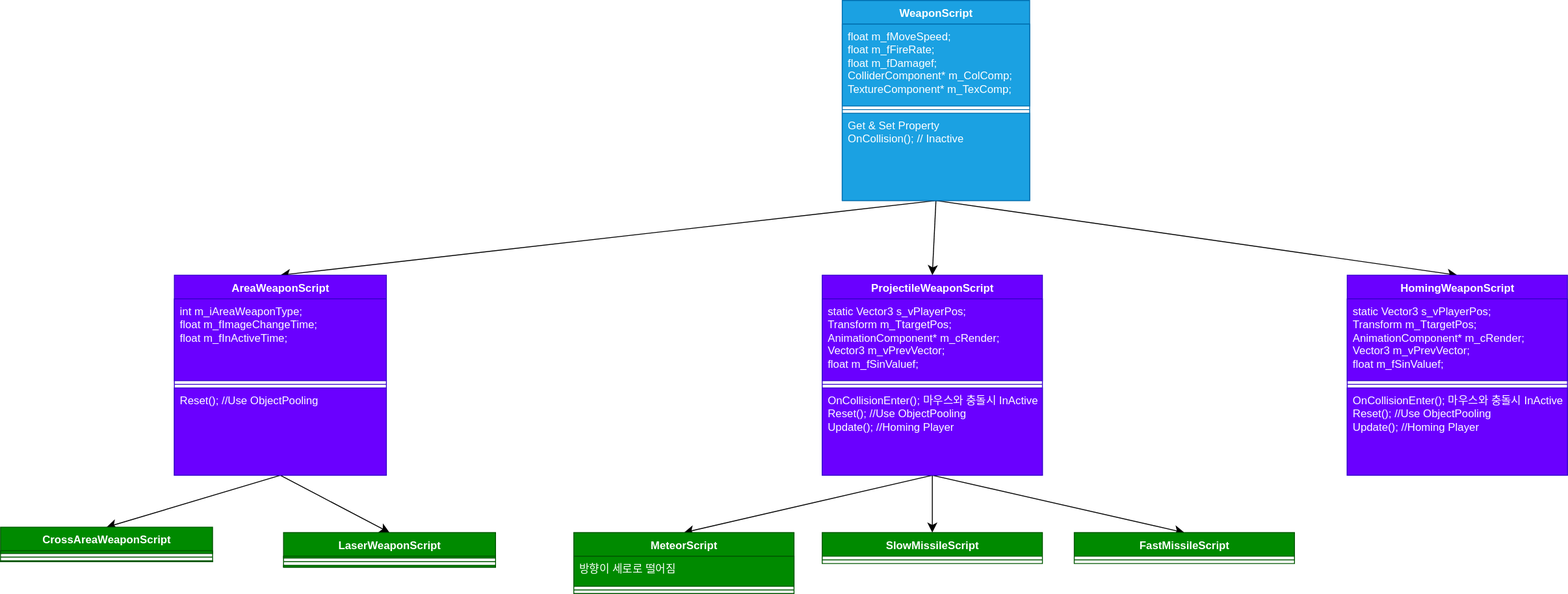
Before: WeaponSyetem.drawio.svg, a diagram exported from draw.io (ihaha424/GA6th1Q_Project_Ditto_SSR). Source tidied: cells renumbered, new cells last; positions are measured from the earlier drawing's top-left corner, leaving out a move shared by most shapes.
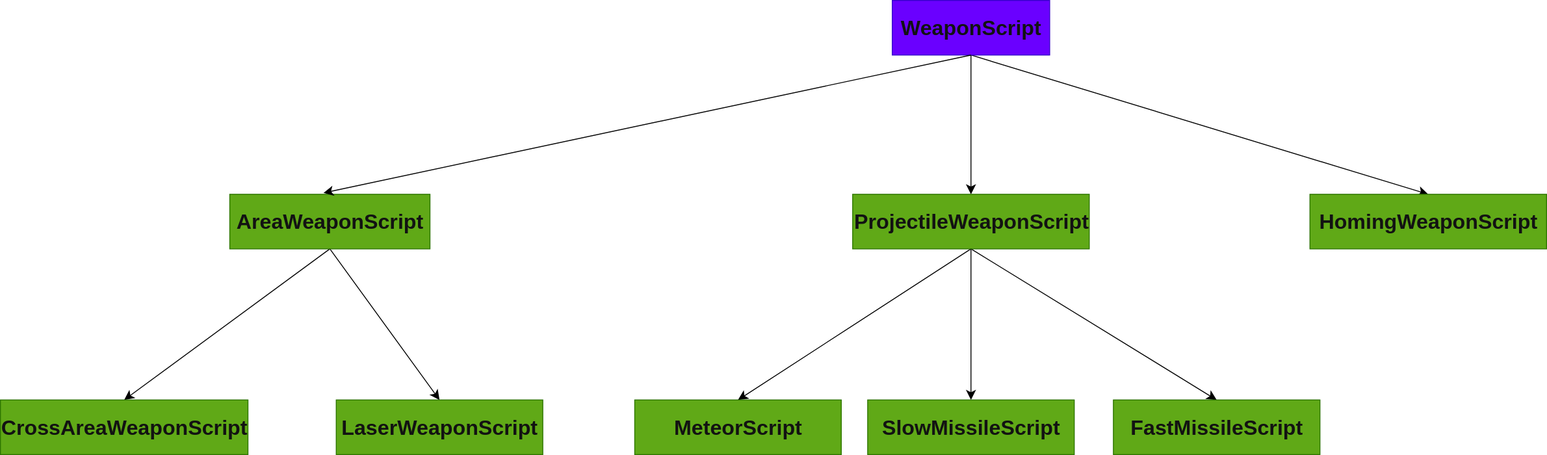
After the commit.

What changed in the source:
```diff
@@ -2,122 +2,56 @@
   <root>
     <mxCell id="0" />
     <mxCell id="1" parent="0" />
-    <mxCell id="2" style="edgeStyle=none;curved=1;rounded=0;jettySize=auto;html=1;exitX=0.5;exitY=1;exitDx=0;exitDy=0;entryX=0.5;entryY=0;entryDx=0;entryDy=0;fontSize=12;startSize=8;endSize=8;" parent="1" edge="1" source="5" target="11">
-      <mxGeometry relative="1" as="geometry" />
-    </mxCell>
     <mxCell id="3" style="edgeStyle=none;curved=1;rounded=0;jettySize=auto;html=1;exitX=0.5;exitY=1;exitDx=0;exitDy=0;entryX=0.5;entryY=0;entryDx=0;entryDy=0;fontSize=12;startSize=8;endSize=8;" parent="1" edge="1" source="5" target="22">
       <mxGeometry relative="1" as="geometry" />
     </mxCell>
     <mxCell id="4" style="edgeStyle=none;curved=1;rounded=0;jettySize=auto;html=1;exitX=0.5;exitY=1;exitDx=0;exitDy=0;entryX=0.5;entryY=0;entryDx=0;entryDy=0;fontSize=12;startSize=8;endSize=8;" parent="1" edge="1" source="5" target="15">
       <mxGeometry relative="1" as="geometry" />
     </mxCell>
-    <mxCell id="5" value="WeaponScript" style="swimlane;fontStyle=1;align=center;verticalAlign=top;horizontal=1;startSize=26;whiteSpace=wrap;html=1;fillColor=#1ba1e2;strokeColor=#006EAF;fontColor=#ffffff;" parent="1" vertex="1">
-      <mxGeometry x="925" width="206" height="220" as="geometry" />
+    <mxCell id="5" value="&lt;span style=&quot;color: rgb(18, 18, 18); font-weight: 700;&quot;&gt;WeaponScript&lt;/span&gt;" style="rounded=0;whiteSpace=wrap;html=1;fillColor=light-dark(#6A00FF,#27203D);fontColor=#ffffff;strokeColor=#3700CC;fontSize=23;" parent="1" vertex="1">
+      <mxGeometry x="865" y="383" width="173" height="60" as="geometry" />
     </mxCell>
-    <mxCell id="6" value="&lt;div&gt;&lt;span style=&quot;white-space: normal;&quot;&gt;float m_fMoveSpeed;&lt;/span&gt;&lt;/div&gt;&lt;div&gt;&lt;span style=&quot;white-space: normal;&quot;&gt;float m_fFireRate;&lt;/span&gt;&lt;/div&gt;&lt;div&gt;&lt;span style=&quot;white-space: normal;&quot;&gt;float m_fDamagef;&lt;/span&gt;&lt;/div&gt;&lt;div&gt;&lt;span style=&quot;white-space: normal;&quot;&gt;ColliderComponent* m_ColComp;&lt;/span&gt;&lt;/div&gt;&lt;div&gt;&lt;span style=&quot;white-space: normal;&quot;&gt;TextureComponent* m_TexComp;&lt;/span&gt;&lt;/div&gt;" style="text;strokeColor=#006EAF;fillColor=#1ba1e2;align=left;verticalAlign=top;spacingLeft=4;spacingRight=4;overflow=hidden;whiteSpace=wrap;html=1;fontColor=#ffffff;" parent="5" vertex="1">
-      <mxGeometry y="26" width="206" height="90" as="geometry" />
-    </mxCell>
-    <mxCell id="7" style="line;strokeWidth=1;fillColor=#1ba1e2;align=left;verticalAlign=middle;spacingTop=-1;spacingLeft=3;spacingRight=3;labelPosition=right;strokeColor=#006EAF;fontColor=#ffffff;" parent="5" vertex="1">
-      <mxGeometry y="116" width="206" height="8" as="geometry" />
-    </mxCell>
-    <mxCell id="8" value="Get &amp;amp; Set Property&lt;div&gt;OnCollision(); // Inactive&lt;/div&gt;" style="text;strokeColor=#006EAF;fillColor=#1ba1e2;align=left;verticalAlign=top;spacingLeft=4;spacingRight=4;overflow=hidden;whiteSpace=wrap;html=1;fontColor=#ffffff;" parent="5" vertex="1">
-      <mxGeometry y="124" width="206" height="96" as="geometry" />
-    </mxCell>
     <mxCell id="9" style="edgeStyle=none;curved=1;rounded=0;jettySize=auto;html=1;exitX=0.5;exitY=1;exitDx=0;exitDy=0;entryX=0.5;entryY=0;entryDx=0;entryDy=0;fontSize=12;startSize=8;endSize=8;" parent="1" edge="1" source="11" target="33">
       <mxGeometry relative="1" as="geometry" />
     </mxCell>
     <mxCell id="10" style="edgeStyle=none;curved=1;rounded=0;jettySize=auto;html=1;exitX=0.5;exitY=1;exitDx=0;exitDy=0;entryX=0.5;entryY=0;entryDx=0;entryDy=0;fontSize=12;startSize=8;endSize=8;" parent="1" edge="1" source="11" target="37">
       <mxGeometry relative="1" as="geometry" />
     </mxCell>
-    <mxCell id="11" value="AreaWeaponScript" style="swimlane;fontStyle=1;align=center;verticalAlign=top;horizontal=1;startSize=26;whiteSpace=wrap;html=1;fillColor=#6a00ff;strokeColor=#3700CC;fontColor=#ffffff;" parent="1" vertex="1">
-      <mxGeometry x="191" y="302" width="233" height="220" as="geometry" />
+    <mxCell id="11" value="&lt;span style=&quot;color: rgb(18, 18, 18); font-weight: 700;&quot;&gt;AreaWeaponScript&lt;/span&gt;" style="rounded=0;whiteSpace=wrap;html=1;fillColor=light-dark(#60a917, #4e4280);fontColor=#ffffff;strokeColor=#2D7600;fontSize=23;" parent="1" vertex="1">
+      <mxGeometry x="137" y="596" width="220" height="60" as="geometry" />
     </mxCell>
-    <mxCell id="12" value="&lt;div&gt;int m_iAreaWeaponType;&amp;nbsp;&amp;nbsp;&lt;/div&gt;&lt;div&gt;float m_fImageChangeTime;&lt;/div&gt;&lt;div&gt;float m_fInActiveTime;&lt;/div&gt;" style="text;strokeColor=#3700CC;fillColor=#6a00ff;align=left;verticalAlign=top;spacingLeft=4;spacingRight=4;overflow=hidden;whiteSpace=wrap;html=1;fontColor=#ffffff;" parent="11" vertex="1">
-      <mxGeometry y="26" width="233" height="90" as="geometry" />
-    </mxCell>
-    <mxCell id="13" style="line;strokeWidth=1;fillColor=#6a00ff;align=left;verticalAlign=middle;spacingTop=-1;spacingLeft=3;spacingRight=3;labelPosition=right;strokeColor=#3700CC;fontColor=#ffffff;" parent="11" vertex="1">
-      <mxGeometry y="116" width="233" height="8" as="geometry" />
-    </mxCell>
-    <mxCell id="14" value="Reset(); //Use ObjectPooling" style="text;strokeColor=#3700CC;fillColor=#6a00ff;align=left;verticalAlign=top;spacingLeft=4;spacingRight=4;overflow=hidden;whiteSpace=wrap;html=1;fontColor=#ffffff;" parent="11" vertex="1">
-      <mxGeometry y="124" width="233" height="96" as="geometry" />
-    </mxCell>
-    <mxCell id="15" value="HomingWeaponScript" style="swimlane;fontStyle=1;align=center;verticalAlign=top;horizontal=1;startSize=26;whiteSpace=wrap;html=1;fillColor=#6a00ff;strokeColor=#3700CC;fontColor=#ffffff;" parent="1" vertex="1">
-      <mxGeometry x="1480" y="302" width="242" height="220" as="geometry" />
-    </mxCell>
-    <mxCell id="16" value="&lt;div&gt;&lt;span style=&quot;white-space: normal;&quot;&gt;static Vector3 s_vPlayerPos;&lt;/span&gt;&lt;/div&gt;&lt;div&gt;&lt;span style=&quot;white-space: normal;&quot;&gt;Transform m_TtargetPos;&lt;/span&gt;&lt;/div&gt;&lt;div&gt;&lt;span style=&quot;white-space: normal;&quot;&gt;AnimationComponent* m_cRender;&lt;/span&gt;&lt;/div&gt;&lt;div&gt;&lt;span style=&quot;white-space: normal;&quot;&gt;Vector3 m_vPrevVector;&lt;/span&gt;&lt;/div&gt;&lt;div&gt;&lt;span style=&quot;white-space: normal;&quot;&gt;float m_fSinValuef;&lt;/span&gt;&lt;/div&gt;" style="text;strokeColor=#3700CC;fillColor=#6a00ff;align=left;verticalAlign=top;spacingLeft=4;spacingRight=4;overflow=hidden;whiteSpace=wrap;html=1;fontColor=#ffffff;" parent="15" vertex="1">
-      <mxGeometry y="26" width="242" height="90" as="geometry" />
-    </mxCell>
-    <mxCell id="17" style="line;strokeWidth=1;fillColor=#6a00ff;align=left;verticalAlign=middle;spacingTop=-1;spacingLeft=3;spacingRight=3;labelPosition=right;strokeColor=#3700CC;fontColor=#ffffff;" parent="15" vertex="1">
-      <mxGeometry y="116" width="242" height="8" as="geometry" />
-    </mxCell>
-    <mxCell id="18" value="OnCollisionEnter(); 마우스와 충돌시 InActive&lt;div&gt;Reset(); //Use ObjectPooling&lt;/div&gt;&lt;div&gt;Update(); //Homing Player&lt;/div&gt;" style="text;strokeColor=#3700CC;fillColor=#6a00ff;align=left;verticalAlign=top;spacingLeft=4;spacingRight=4;overflow=hidden;whiteSpace=wrap;html=1;fontColor=#ffffff;" parent="15" vertex="1">
-      <mxGeometry y="124" width="242" height="96" as="geometry" />
-    </mxCell>
+    <mxCell id="20" style="edgeStyle=none;curved=1;rounded=0;jettySize=auto;html=1;exitX=0.5;exitY=1;exitDx=0;exitDy=0;entryX=0.5;entryY=0;entryDx=0;entryDy=0;fontSize=12;startSize=8;endSize=8;" parent="1" edge="1" source="22" target="30">
+      <mxGeometry relative="1" as="geometry" />
+    </mxCell>
     <mxCell id="19" style="edgeStyle=none;curved=1;rounded=0;jettySize=auto;html=1;exitX=0.5;exitY=1;exitDx=0;exitDy=0;entryX=0.5;entryY=0;entryDx=0;entryDy=0;fontSize=12;startSize=8;endSize=8;" parent="1" edge="1" source="22" target="26">
       <mxGeometry relative="1" as="geometry" />
     </mxCell>
-    <mxCell id="20" style="edgeStyle=none;curved=1;rounded=0;jettySize=auto;html=1;exitX=0.5;exitY=1;exitDx=0;exitDy=0;entryX=0.5;entryY=0;entryDx=0;entryDy=0;fontSize=12;startSize=8;endSize=8;" parent="1" edge="1" source="22" target="30">
-      <mxGeometry relative="1" as="geometry" />
-    </mxCell>
     <mxCell id="21" style="edgeStyle=none;curved=1;rounded=0;jettySize=auto;html=1;exitX=0.5;exitY=1;exitDx=0;exitDy=0;entryX=0.5;entryY=0;entryDx=0;entryDy=0;fontSize=12;startSize=8;endSize=8;" parent="1" edge="1" source="22" target="28">
       <mxGeometry relative="1" as="geometry" />
     </mxCell>
-    <mxCell id="22" value="ProjectileWeaponScript" style="swimlane;fontStyle=1;align=center;verticalAlign=top;horizontal=1;startSize=26;whiteSpace=wrap;html=1;fillColor=#6a00ff;strokeColor=#3700CC;fontColor=#ffffff;" parent="1" vertex="1">
-      <mxGeometry x="903" y="302" width="242" height="220" as="geometry" />
+    <mxCell id="22" value="&lt;span style=&quot;color: rgb(18, 18, 18); font-weight: 700;&quot;&gt;ProjectileWeaponScript&lt;/span&gt;" style="rounded=0;whiteSpace=wrap;html=1;fillColor=light-dark(#60a917, #4e4280);fontColor=#ffffff;strokeColor=#2D7600;fontSize=23;" parent="1" vertex="1">
+      <mxGeometry x="821.5" y="596" width="260" height="60" as="geometry" />
     </mxCell>
-    <mxCell id="23" value="&lt;div&gt;&lt;span style=&quot;white-space: normal;&quot;&gt;static Vector3 s_vPlayerPos;&lt;/span&gt;&lt;/div&gt;&lt;div&gt;&lt;span style=&quot;white-space: normal;&quot;&gt;Transform m_TtargetPos;&lt;/span&gt;&lt;/div&gt;&lt;div&gt;&lt;span style=&quot;white-space: normal;&quot;&gt;AnimationComponent* m_cRender;&lt;/span&gt;&lt;/div&gt;&lt;div&gt;&lt;span style=&quot;white-space: normal;&quot;&gt;Vector3 m_vPrevVector;&lt;/span&gt;&lt;/div&gt;&lt;div&gt;&lt;span style=&quot;white-space: normal;&quot;&gt;float m_fSinValuef;&lt;/span&gt;&lt;/div&gt;" style="text;strokeColor=#3700CC;fillColor=#6a00ff;align=left;verticalAlign=top;spacingLeft=4;spacingRight=4;overflow=hidden;whiteSpace=wrap;html=1;fontColor=#ffffff;" parent="22" vertex="1">
-      <mxGeometry y="26" width="242" height="90" as="geometry" />
-    </mxCell>
-    <mxCell id="24" style="line;strokeWidth=1;fillColor=#6a00ff;align=left;verticalAlign=middle;spacingTop=-1;spacingLeft=3;spacingRight=3;labelPosition=right;strokeColor=#3700CC;fontColor=#ffffff;" parent="22" vertex="1">
-      <mxGeometry y="116" width="242" height="8" as="geometry" />
-    </mxCell>
-    <mxCell id="25" value="OnCollisionEnter(); 마우스와 충돌시 InActive&lt;div&gt;Reset(); //Use ObjectPooling&lt;/div&gt;&lt;div&gt;Update(); //Homing Player&lt;/div&gt;" style="text;strokeColor=#3700CC;fillColor=#6a00ff;align=left;verticalAlign=top;spacingLeft=4;spacingRight=4;overflow=hidden;whiteSpace=wrap;html=1;fontColor=#ffffff;" parent="22" vertex="1">
-      <mxGeometry y="124" width="242" height="96" as="geometry" />
-    </mxCell>
+    <mxCell id="15" value="&lt;span style=&quot;color: rgb(18, 18, 18); font-weight: 700;&quot;&gt;HomingWeaponScript&lt;/span&gt;" style="rounded=0;whiteSpace=wrap;html=1;fillColor=light-dark(#60a917, #4e4280);fontColor=#ffffff;strokeColor=#2D7600;fontSize=23;" parent="1" vertex="1">
+      <mxGeometry x="1324" y="596" width="260" height="60" as="geometry" />
+    </mxCell>
+    <mxCell id="33" value="&lt;span style=&quot;color: rgb(18, 18, 18); font-weight: 700;&quot;&gt;CrossAreaWeaponScript&lt;/span&gt;" style="rounded=0;whiteSpace=wrap;html=1;fillColor=light-dark(#60a917, #9382d3);fontColor=#ffffff;strokeColor=#2D7600;fontSize=23;" parent="1" vertex="1">
+      <mxGeometry x="-115" y="822" width="272" height="60" as="geometry" />
+    </mxCell>
+    <mxCell id="37" value="&lt;span style=&quot;color: rgb(18, 18, 18); font-weight: 700;&quot;&gt;LaserWeaponScript&lt;/span&gt;" style="rounded=0;whiteSpace=wrap;html=1;fillColor=light-dark(#60a917, #9382d3);fontColor=#ffffff;strokeColor=#2D7600;fontSize=23;" parent="1" vertex="1">
+      <mxGeometry x="254" y="822" width="227" height="60" as="geometry" />
+    </mxCell>
+    <mxCell id="30" value="&lt;span style=&quot;color: rgb(18, 18, 18); font-weight: 700;&quot;&gt;MeteorScript&lt;/span&gt;" style="rounded=0;whiteSpace=wrap;html=1;fillColor=light-dark(#60a917, #9382d3);fontColor=#ffffff;strokeColor=#2D7600;fontSize=23;" parent="1" vertex="1">
+      <mxGeometry x="582" y="822" width="227" height="60" as="geometry" />
+    </mxCell>
-    <mxCell id="26" value="SlowMissileScript" style="swimlane;fontStyle=1;align=center;verticalAlign=top;horizontal=1;startSize=26;whiteSpace=wrap;html=1;fillColor=#008a00;strokeColor=#005700;fontColor=#ffffff;" parent="1" vertex="1">
-      <mxGeometry x="903" y="585" width="242" height="34" as="geometry" />
+    <mxCell id="26" value="&lt;span style=&quot;color: rgb(18, 18, 18); font-weight: 700;&quot;&gt;SlowMissileScript&lt;/span&gt;" style="rounded=0;whiteSpace=wrap;html=1;fillColor=light-dark(#60a917, #9382d3);fontColor=#ffffff;strokeColor=#2D7600;fontSize=23;" parent="1" vertex="1">
+      <mxGeometry x="838" y="822" width="227" height="60" as="geometry" />
     </mxCell>
-    <mxCell id="27" style="line;strokeWidth=1;fillColor=#008a00;align=left;verticalAlign=middle;spacingTop=-1;spacingLeft=3;spacingRight=3;labelPosition=right;strokeColor=#005700;fontColor=#ffffff;" parent="26" vertex="1">
-      <mxGeometry y="26" width="242" height="8" as="geometry" />
-    </mxCell>
-    <mxCell id="28" value="FastMissileScript" style="swimlane;fontStyle=1;align=center;verticalAlign=top;horizontal=1;startSize=26;whiteSpace=wrap;html=1;fillColor=#008a00;strokeColor=#005700;fontColor=#ffffff;" parent="1" vertex="1">
-      <mxGeometry x="1180" y="585" width="242" height="34" as="geometry" />
+    <mxCell id="28" value="&lt;span style=&quot;color: rgb(18, 18, 18); font-weight: 700;&quot;&gt;FastMissileScript&lt;/span&gt;" style="rounded=0;whiteSpace=wrap;html=1;fillColor=light-dark(#60a917, #9382d3);fontColor=#ffffff;strokeColor=#2D7600;fontSize=23;" parent="1" vertex="1">
+      <mxGeometry x="1108" y="822" width="227" height="60" as="geometry" />
     </mxCell>
-    <mxCell id="29" style="line;strokeWidth=1;fillColor=#008a00;align=left;verticalAlign=middle;spacingTop=-1;spacingLeft=3;spacingRight=3;labelPosition=right;strokeColor=#005700;fontColor=#ffffff;" parent="28" vertex="1">
-      <mxGeometry y="26" width="242" height="8" as="geometry" />
-    </mxCell>
-    <mxCell id="30" value="MeteorScript" style="swimlane;fontStyle=1;align=center;verticalAlign=top;horizontal=1;startSize=26;whiteSpace=wrap;html=1;fillColor=#008a00;strokeColor=#005700;fontColor=#ffffff;" parent="1" vertex="1">
-      <mxGeometry x="630" y="585" width="242" height="67" as="geometry" />
-    </mxCell>
-    <mxCell id="31" value="방향이 세로로 떨어짐" style="text;strokeColor=#005700;fillColor=#008a00;align=left;verticalAlign=top;spacingLeft=4;spacingRight=4;overflow=hidden;whiteSpace=wrap;html=1;fontColor=#ffffff;" parent="30" vertex="1">
-      <mxGeometry y="26" width="242" height="33" as="geometry" />
-    </mxCell>
-    <mxCell id="32" style="line;strokeWidth=1;fillColor=#008a00;align=left;verticalAlign=middle;spacingTop=-1;spacingLeft=3;spacingRight=3;labelPosition=right;strokeColor=#005700;fontColor=#ffffff;" parent="30" vertex="1">
-      <mxGeometry y="59" width="242" height="8" as="geometry" />
-    </mxCell>
-    <mxCell id="33" value="CrossAreaWeaponScript" style="swimlane;fontStyle=1;align=center;verticalAlign=top;horizontal=1;startSize=26;whiteSpace=wrap;html=1;fillColor=#008a00;strokeColor=#005700;fontColor=#ffffff;" parent="1" vertex="1">
-      <mxGeometry y="579" width="233" height="38" as="geometry" />
-    </mxCell>
-    <mxCell id="34" style="text;strokeColor=#005700;fillColor=#008a00;align=left;verticalAlign=top;spacingLeft=4;spacingRight=4;overflow=hidden;whiteSpace=wrap;html=1;fontColor=#ffffff;" parent="33" vertex="1">
-      <mxGeometry y="26" width="233" height="3" as="geometry" />
-    </mxCell>
-    <mxCell id="35" style="line;strokeWidth=1;fillColor=#008a00;align=left;verticalAlign=middle;spacingTop=-1;spacingLeft=3;spacingRight=3;labelPosition=right;strokeColor=#005700;fontColor=#ffffff;" parent="33" vertex="1">
-      <mxGeometry y="29" width="233" height="8" as="geometry" />
-    </mxCell>
-    <mxCell id="36" style="text;strokeColor=#005700;fillColor=#008a00;align=left;verticalAlign=top;spacingLeft=4;spacingRight=4;overflow=hidden;whiteSpace=wrap;html=1;fontColor=#ffffff;" parent="33" vertex="1">
-      <mxGeometry y="37" width="233" height="1" as="geometry" />
-    </mxCell>
-    <mxCell id="37" value="LaserWeaponScript" style="swimlane;fontStyle=1;align=center;verticalAlign=top;horizontal=1;startSize=26;whiteSpace=wrap;html=1;fillColor=#008a00;strokeColor=#005700;fontColor=#ffffff;" parent="1" vertex="1">
-      <mxGeometry x="311" y="585" width="233" height="38" as="geometry" />
-    </mxCell>
-    <mxCell id="38" style="text;strokeColor=#005700;fillColor=#008a00;align=left;verticalAlign=top;spacingLeft=4;spacingRight=4;overflow=hidden;whiteSpace=wrap;html=1;fontColor=#ffffff;" parent="37" vertex="1">
-      <mxGeometry y="26" width="233" height="2" as="geometry" />
-    </mxCell>
-    <mxCell id="39" style="line;strokeWidth=1;fillColor=#008a00;align=left;verticalAlign=middle;spacingTop=-1;spacingLeft=3;spacingRight=3;labelPosition=right;strokeColor=#005700;fontColor=#ffffff;" parent="37" vertex="1">
-      <mxGeometry y="28" width="233" height="8" as="geometry" />
-    </mxCell>
-    <mxCell id="40" style="text;strokeColor=#005700;fillColor=#008a00;align=left;verticalAlign=top;spacingLeft=4;spacingRight=4;overflow=hidden;whiteSpace=wrap;html=1;fontColor=#ffffff;" parent="37" vertex="1">
-      <mxGeometry y="36" width="233" height="2" as="geometry" />
-    </mxCell>
+    <mxCell id="2" style="edgeStyle=none;curved=1;rounded=0;jettySize=auto;html=1;exitX=0.5;exitY=1;exitDx=0;exitDy=0;entryX=0.468;entryY=-0.025;entryDx=0;entryDy=0;entryPerimeter=0;fontSize=12;startSize=8;endSize=8;" parent="1" edge="1" source="5" target="11">
+      <mxGeometry relative="1" as="geometry" />
+    </mxCell>
   </root>
 </mxGraphModel>
```
